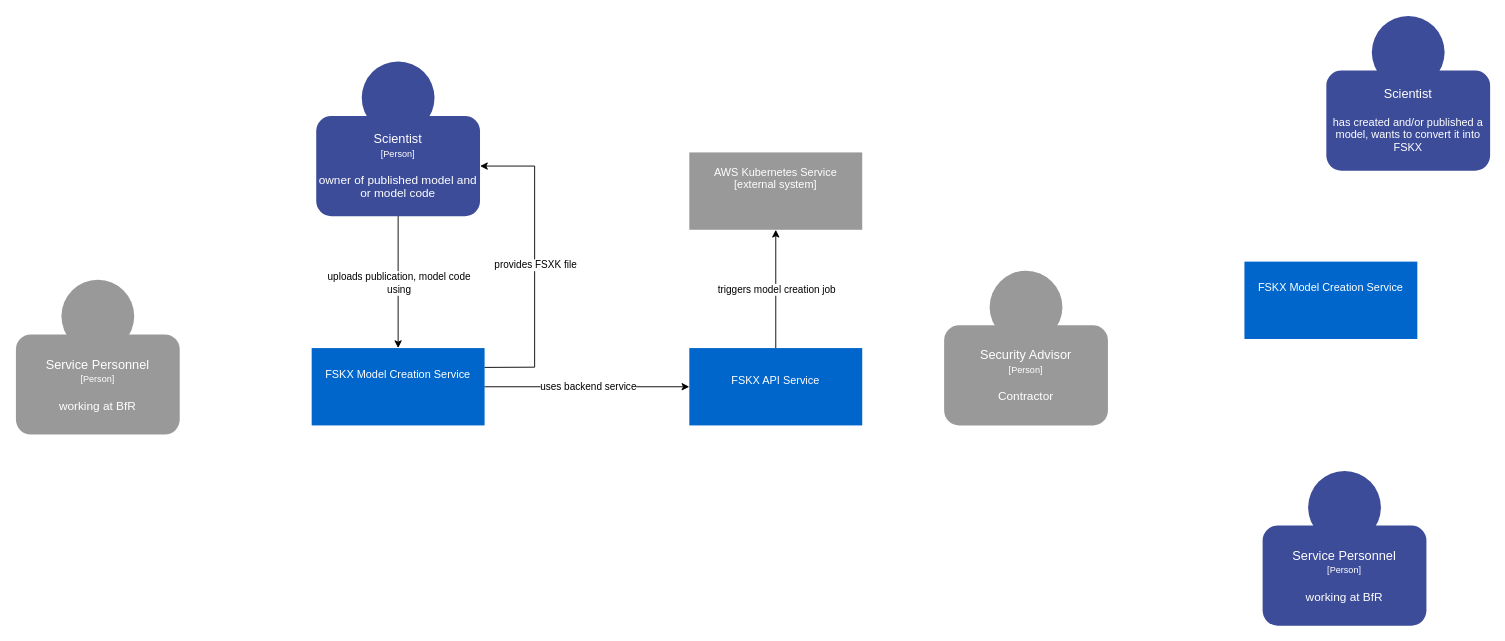
The draw.io diagram page "System Context" (1 of 3) of FSKX_Service_C4_Architecture.drawio in KIDA-BfR/App-Development, before the edit. Source tidied: cells renumbered, new cells numbered last; positions are measured from the earlier drawing's top-left corner, leaving out a move shared by most shapes. Both pictures are drawn from the tidied source at 91%, with x=0, y=0 at pixel (15, 15).
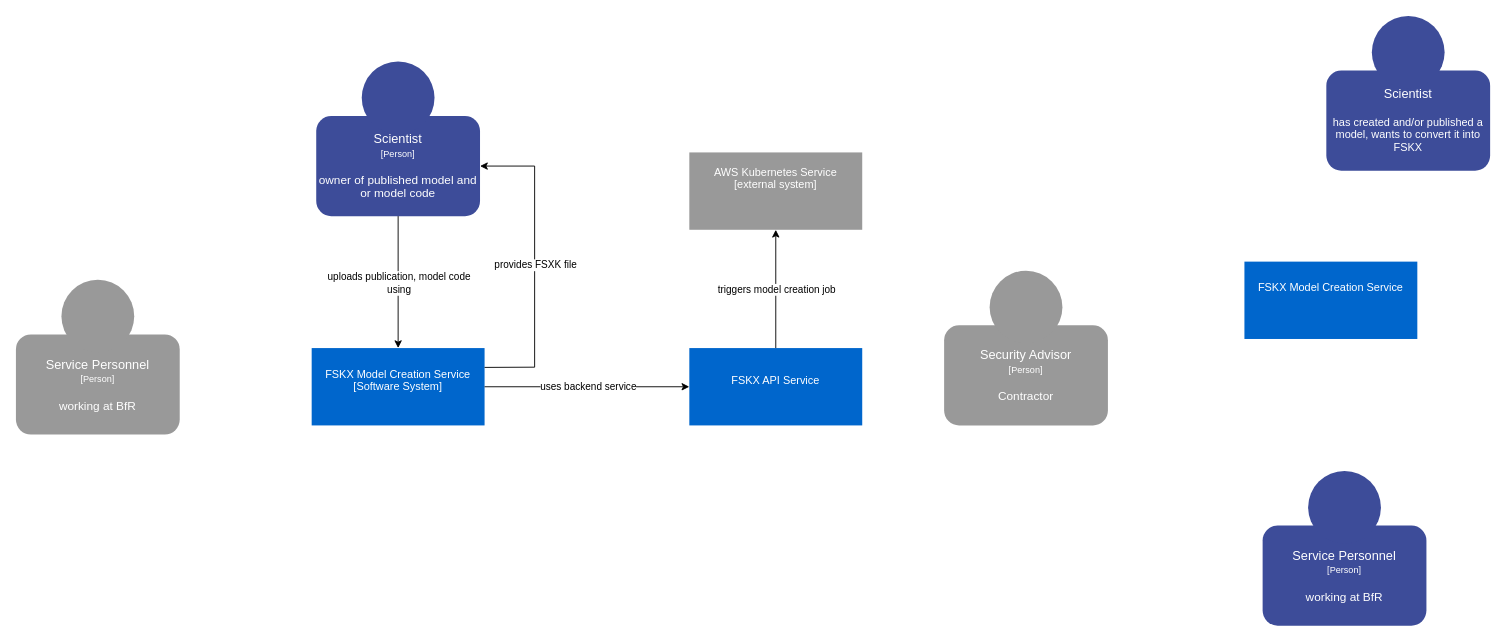
After the change.

The edit, as a diff of the source:
```diff
@@
-    <mxCell id="2" value="&lt;font color=&quot;#ffffff&quot;&gt;FSKX Model Creation Service&lt;/font&gt;&lt;div&gt;&lt;font color=&quot;#ffffff&quot;&gt;&lt;br&gt;&lt;/font&gt;&lt;/div&gt;&lt;div&gt;&lt;font color=&quot;#ffffff&quot;&gt;&lt;br&gt;&lt;/font&gt;&lt;/div&gt;" style="rounded=0;whiteSpace=wrap;html=1;strokeColor=none;fillColor=#0066CC;" parent="1" vertex="1">
+    <mxCell id="2" value="&lt;font color=&quot;#ffffff&quot;&gt;FSKX Model Creation Service&lt;/font&gt;&lt;div&gt;&lt;font color=&quot;#ffffff&quot;&gt;[Software System]&lt;/font&gt;&lt;/div&gt;&lt;div&gt;&lt;font color=&quot;#ffffff&quot;&gt;&lt;br&gt;&lt;/font&gt;&lt;/div&gt;" style="rounded=0;whiteSpace=wrap;html=1;strokeColor=none;fillColor=#0066CC;" parent="1" vertex="1">
       <mxGeometry x="325" y="365" width="190" height="85" as="geometry" />
     </mxCell>
```
